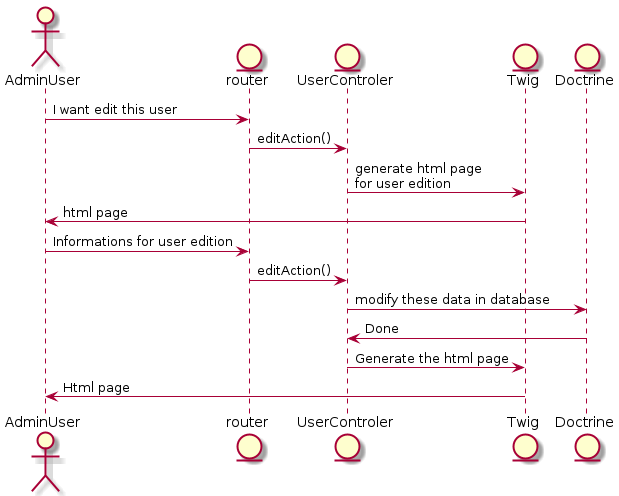
Above: documentations/UML/SequenceDiagram_EditUser.png in clopenclassrooms/p8 (PlantUML), before the change. Its diagram source:
```plantuml
@startuml
    actor AdminUser
    entity router
    entity UserControler
    entity Twig
    entity Doctrine

    AdminUser -> router : I want edit this user
    router -> UserControler : editAction()
    UserControler -> Twig : generate html page \nfor user edition
    Twig -> AdminUser : html page
    AdminUser -> router : Informations for user edition
    router -> UserControler : editAction()
    UserControler -> Doctrine : modify these data in database
    Doctrine -> UserControler : Done
    UserControler -> Twig : Generate the html page
    Twig -> AdminUser : Html page
@enduml
```
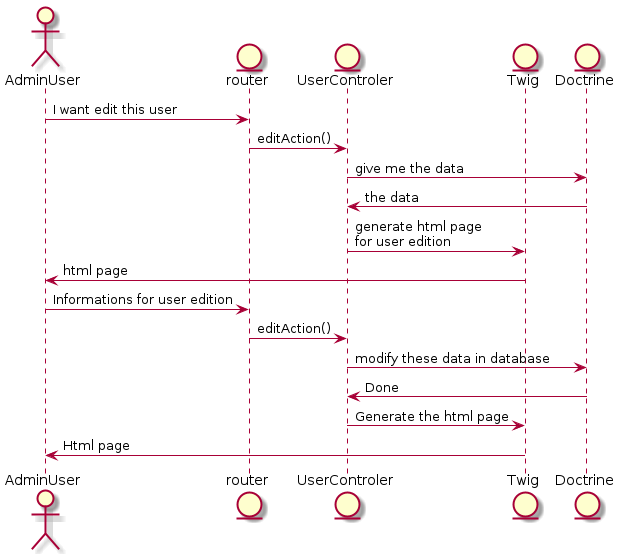
After the commit.

What changed in the source:
```diff
@@ -7,6 +7,8 @@
 
     AdminUser -> router : I want edit this user
     router -> UserControler : editAction()
+    UserControler->Doctrine : give me the data
+    Doctrine->UserControler : the data
     UserControler -> Twig : generate html page \nfor user edition
     Twig -> AdminUser : html page
     AdminUser -> router : Informations for user edition
```
